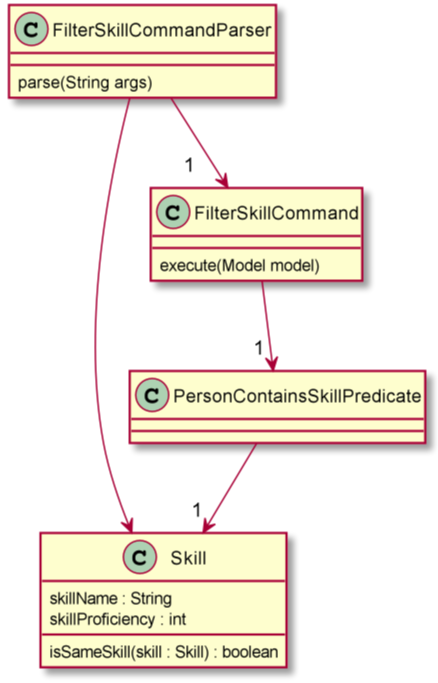
nus-cs2103-AY2122S2/tp keeps this PlantUML diagram as docs/images/FilterSkillCommandClassDiagram.png. Above is the earlier version. Its source is kept beside it as docs/diagrams/FilterSkillCommandClassDiagram.puml. The source it was exported from:
```plantuml
@startuml

class Skill{
skillName : String
skillProficiency : int
isSameSkill(skill : Skill) : boolean
}
class PersonContainsSkillPredicate
class FilterSkillCommand{
    execute(Model model)
}
class FilterSkillCommandParser{
    parse(String args)
}


FilterSkillCommandParser --> "1    " FilterSkillCommand
FilterSkillCommandParser --> Skill
PersonContainsSkillPredicate --> "1 " Skill
FilterSkillCommand  --> "1 " PersonContainsSkillPredicate

@enduml
```
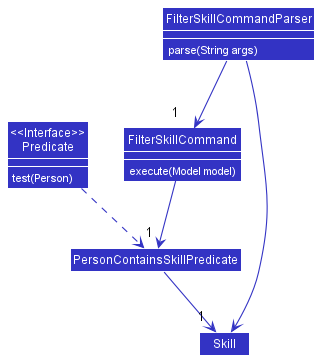
After the change.

The edit, as a diff of the source:
```diff
@@ -1,19 +1,31 @@
 @startuml
+
+!include style.puml
+skinparam arrowThickness 1.1
+skinparam arrowColor LOGIC_COLOR
+skinparam classBackgroundColor LOGIC_COLOR
 
 class Skill{
 skillName : String
 skillProficiency : int
 isSameSkill(skill : Skill) : boolean
 }
+class "<<Interface>>\nPredicate" {
+    <color:white>test(Person)</color>
+}
 class PersonContainsSkillPredicate
 class FilterSkillCommand{
-    execute(Model model)
+    <color:white>execute(Model model)
 }
 class FilterSkillCommandParser{
-    parse(String args)
+    <color:white>parse(String args)
 }
 
+show "FilterSkillCommand" members
+show "FilterSkillCommandParser" members
+show "<<Interface>>\nPredicate" members
 
+"<<Interface>>\nPredicate" ..> PersonContainsSkillPredicate
 FilterSkillCommandParser --> "1    " FilterSkillCommand
 FilterSkillCommandParser --> Skill
 PersonContainsSkillPredicate --> "1 " Skill
```
